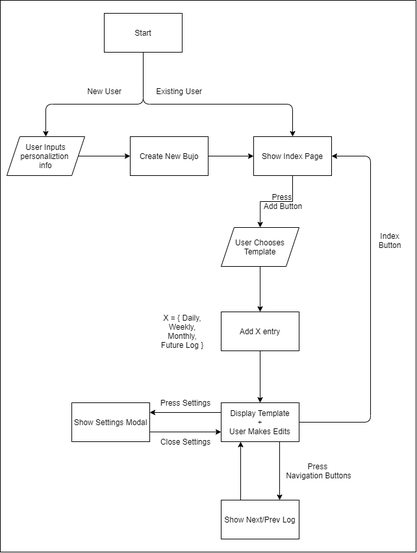
Above: specs/adrs/diagram.drawio.png in FlamingoJournal/cse110-sp21-group18 (draw.io), before the change. Source tidied: cells renumbered, new cells last; positions are measured from the earlier drawing's top-left corner, leaving out a move shared by most shapes.
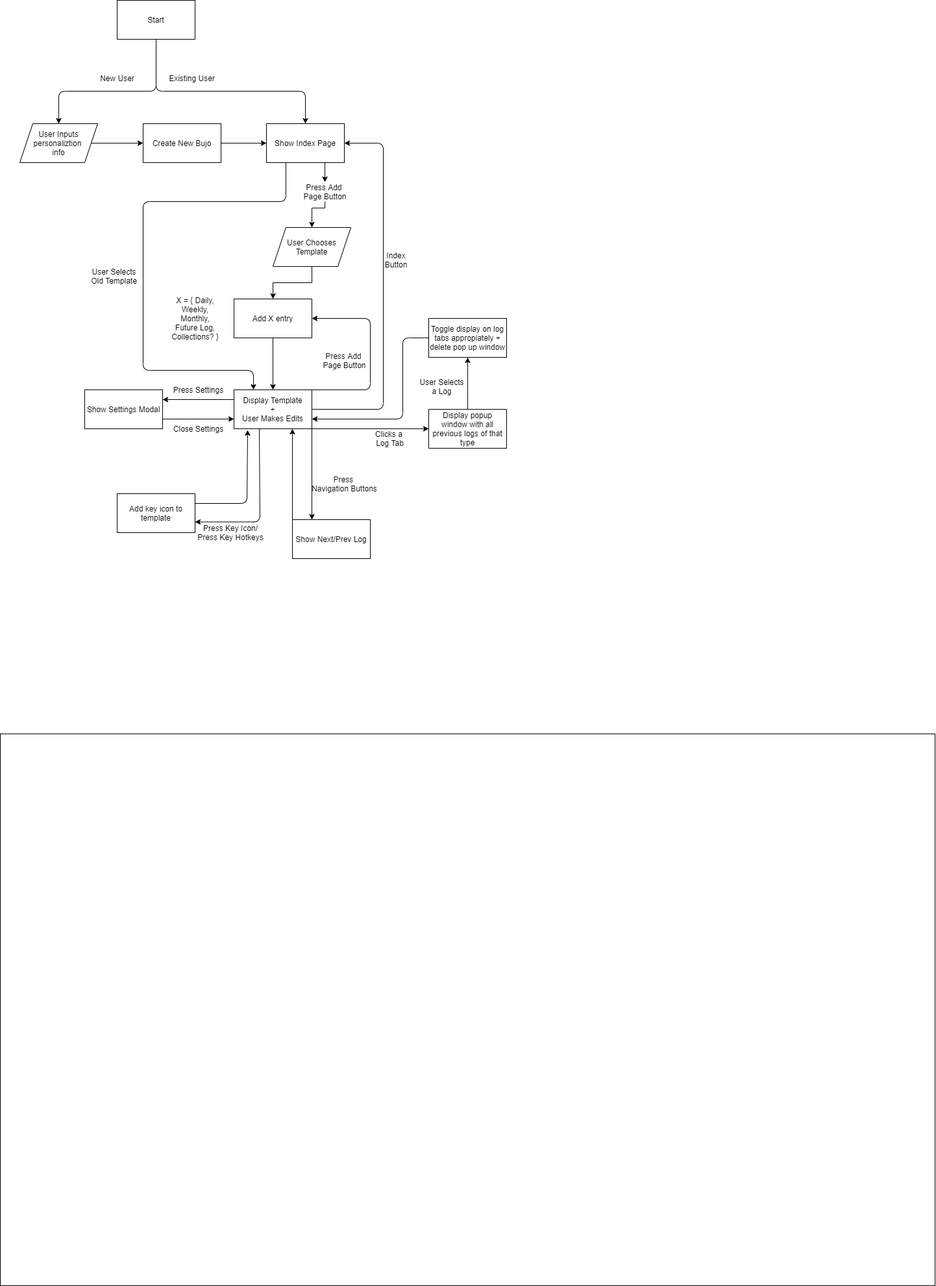
Later version of the same file.

Commit message:
Added more detail to 5/4 brainstorm + improved fidelity of event diagram

Change to the diagram source:
```diff
@@ -3,7 +3,7 @@
     <mxCell id="0" />
     <mxCell id="1" parent="0" />
     <mxCell id="2" style="rounded=0;whiteSpace=wrap;html=1;" parent="1" vertex="1">
-      <mxGeometry width="640" height="850" as="geometry" />
+      <mxGeometry x="-20" y="1150" width="1440" height="850" as="geometry" />
     </mxCell>
     <mxCell id="3" value="Start" style="rounded=0;whiteSpace=wrap;html=1;" parent="1" vertex="1">
       <mxGeometry x="160" y="20" width="120" height="60" as="geometry" />
@@ -17,9 +17,12 @@
     <mxCell id="6" value="New User" style="text;html=1;align=center;verticalAlign=middle;" parent="1" vertex="1">
       <mxGeometry x="125" y="130" width="70" height="20" as="geometry" />
     </mxCell>
-    <mxCell id="7" style="edgeStyle=orthogonalEdgeStyle;rounded=0;jettySize=auto;html=1;" parent="1" edge="1" source="8">
+    <mxCell id="7" style="edgeStyle=orthogonalEdgeStyle;rounded=0;jettySize=auto;html=1;entryX=0.5;entryY=0;entryDx=0;entryDy=0;" parent="1" edge="1" source="34" target="14">
       <mxGeometry relative="1" as="geometry">
-        <mxPoint x="400.1" y="350" as="targetPoint" />
+        <Array as="points">
+          <mxPoint x="480" y="340" />
+          <mxPoint x="460" y="340" />
+        </Array>
       </mxGeometry>
     </mxCell>
     <mxCell id="8" value="Show Index Page" style="whiteSpace=wrap;html=1;rounded=0;" parent="1" vertex="1">
@@ -31,27 +34,22 @@
     <mxCell id="10" value="Add X entry" style="whiteSpace=wrap;html=1;rounded=0;" parent="1" vertex="1">
       <mxGeometry x="340" y="480" width="120" height="60" as="geometry" />
     </mxCell>
-    <mxCell id="11" value="Press &lt;br&gt;Add Button" style="text;html=1;align=center;verticalAlign=middle;" parent="1" vertex="1">
-      <mxGeometry x="400" y="295" width="70" height="30" as="geometry" />
-    </mxCell>
-    <mxCell id="12" value="X = { Daily,&lt;br&gt;Weekly,&lt;br&gt;Monthly,&lt;br&gt;Future Log }" style="text;html=1;align=center;verticalAlign=middle;" parent="1" vertex="1">
-      <mxGeometry x="240" y="480" width="80" height="60" as="geometry" />
+    <mxCell id="12" value="X = { Daily,&lt;br&gt;Weekly,&lt;br&gt;Monthly,&lt;br&gt;Future Log,&lt;br&gt;Collections? }" style="text;html=1;align=center;verticalAlign=middle;" parent="1" vertex="1">
+      <mxGeometry x="235" y="470" width="90" height="80" as="geometry" />
     </mxCell>
-    <mxCell id="13" style="edgeStyle=orthogonalEdgeStyle;rounded=0;jettySize=auto;html=1;" parent="1" edge="1" target="10">
-      <mxGeometry relative="1" as="geometry">
-        <mxPoint x="400" y="410" as="sourcePoint" />
-      </mxGeometry>
+    <mxCell id="13" style="edgeStyle=orthogonalEdgeStyle;rounded=0;jettySize=auto;html=1;exitX=0.5;exitY=1;exitDx=0;exitDy=0;" parent="1" edge="1" source="14" target="10">
+      <mxGeometry relative="1" as="geometry" />
     </mxCell>
     <mxCell id="14" value="User Chooses Template" style="shape=parallelogram;perimeter=parallelogramPerimeter;whiteSpace=wrap;html=1;fixedSize=1;rounded=0;" parent="1" vertex="1">
-      <mxGeometry x="340" y="350" width="120" height="60" as="geometry" />
+      <mxGeometry x="400" y="370" width="120" height="60" as="geometry" />
     </mxCell>
     <mxCell id="15" value="Show Next/Prev Log" style="whiteSpace=wrap;html=1;rounded=0;" parent="1" vertex="1">
-      <mxGeometry x="340" y="770" width="120" height="60" as="geometry" />
+      <mxGeometry x="430" y="820" width="120" height="60" as="geometry" />
     </mxCell>
     <mxCell id="16" value="Press &lt;br&gt;Navigation Buttons" style="text;html=1;align=center;verticalAlign=middle;" parent="1" vertex="1">
-      <mxGeometry x="430" y="710" width="120" height="30" as="geometry" />
+      <mxGeometry x="450" y="750" width="120" height="30" as="geometry" />
     </mxCell>
-    <mxCell id="17" style="edgeStyle=orthogonalEdgeStyle;rounded=0;jettySize=auto;html=1;exitX=0.75;exitY=1;exitDx=0;exitDy=0;entryX=0.75;entryY=0;entryDx=0;entryDy=0;" parent="1" edge="1" source="19" target="15">
+    <mxCell id="17" style="edgeStyle=orthogonalEdgeStyle;rounded=0;jettySize=auto;html=1;exitX=1;exitY=1;exitDx=0;exitDy=0;entryX=0.25;entryY=0;entryDx=0;entryDy=0;" parent="1" edge="1" source="19" target="15">
       <mxGeometry relative="1" as="geometry" />
     </mxCell>
     <mxCell id="18" style="edgeStyle=orthogonalEdgeStyle;rounded=0;jettySize=auto;html=1;entryX=1;entryY=0.25;entryDx=0;entryDy=0;exitX=0;exitY=0.25;exitDx=0;exitDy=0;" parent="1" edge="1" source="19" target="24">
@@ -69,9 +67,9 @@
       </mxGeometry>
     </mxCell>
     <mxCell id="21" value="Index Button" style="text;html=1;strokeColor=none;fillColor=none;align=center;verticalAlign=middle;whiteSpace=wrap;rounded=0;" parent="1" vertex="1">
-      <mxGeometry x="580" y="360" width="40" height="20" as="geometry" />
+      <mxGeometry x="570" y="410" width="40" height="20" as="geometry" />
     </mxCell>
-    <mxCell id="22" style="endArrow=classic;html=1;exitX=0.25;exitY=0;exitDx=0;exitDy=0;entryX=0.25;entryY=1;entryDx=0;entryDy=0;" parent="1" edge="1" source="15" target="19">
+    <mxCell id="22" style="endArrow=classic;html=1;exitX=0;exitY=0;exitDx=0;exitDy=0;entryX=0.75;entryY=1;entryDx=0;entryDy=0;" parent="1" edge="1" source="15" target="19">
       <mxGeometry relative="1" as="geometry" />
     </mxCell>
     <mxCell id="23" style="edgeStyle=orthogonalEdgeStyle;rounded=0;jettySize=auto;html=1;entryX=0;entryY=0.75;entryDx=0;entryDy=0;" parent="1" edge="1" target="19">
@@ -115,5 +113,89 @@
     <mxCell id="31" value="Create New Bujo" style="rounded=0;whiteSpace=wrap;html=1;" parent="1" vertex="1">
       <mxGeometry x="200" y="210" width="120" height="60" as="geometry" />
     </mxCell>
+    <mxCell id="32" style="endArrow=classic;html=1;exitX=1;exitY=0;exitDx=0;exitDy=0;entryX=1;entryY=0.5;entryDx=0;entryDy=0;" parent="1" edge="1" source="19" target="10">
+      <mxGeometry relative="1" as="geometry">
+        <Array as="points">
+          <mxPoint x="550" y="620" />
+          <mxPoint x="550" y="510" />
+        </Array>
+      </mxGeometry>
+    </mxCell>
+    <mxCell id="33" value="Press Add &lt;br&gt;Page Button" style="text;html=1;align=center;verticalAlign=middle;" parent="1" vertex="1">
+      <mxGeometry x="470" y="560" width="80" height="30" as="geometry" />
+    </mxCell>
+    <mxCell id="34" value="Press Add &lt;br&gt;Page Button" style="text;html=1;align=center;verticalAlign=middle;points=[];" parent="1" vertex="1">
+      <mxGeometry x="440" y="300" width="80" height="30" as="geometry" />
+    </mxCell>
+    <mxCell id="35" style="edgeStyle=orthogonalEdgeStyle;rounded=0;jettySize=auto;html=1;" parent="1" edge="1" target="34">
+      <mxGeometry relative="1" as="geometry">
+        <mxPoint x="480" y="270" as="sourcePoint" />
+        <Array as="points">
+          <mxPoint x="480" y="270" />
+          <mxPoint x="480" y="290" />
+          <mxPoint x="390" y="290" />
+        </Array>
+      </mxGeometry>
+    </mxCell>
+    <mxCell id="36" style="endArrow=classic;html=1;exitX=1;exitY=1;exitDx=0;exitDy=0;entryX=0;entryY=0.5;entryDx=0;entryDy=0;" parent="1" edge="1" source="19" target="38">
+      <mxGeometry relative="1" as="geometry" />
+    </mxCell>
+    <mxCell id="37" style="edgeStyle=orthogonalEdgeStyle;rounded=0;jettySize=auto;html=1;" parent="1" edge="1" source="38" target="42">
+      <mxGeometry relative="1" as="geometry" />
+    </mxCell>
+    <mxCell id="38" value="Display popup window with all previous logs of that type" style="rounded=0;whiteSpace=wrap;html=1;" parent="1" vertex="1">
+      <mxGeometry x="640" y="650" width="120" height="60" as="geometry" />
+    </mxCell>
+    <mxCell id="39" value="Clicks a &lt;br&gt;Log Tab" style="text;html=1;align=center;verticalAlign=middle;" parent="1" vertex="1">
+      <mxGeometry x="550" y="680" width="60" height="30" as="geometry" />
+    </mxCell>
+    <mxCell id="40" value="User Selects&lt;br&gt;a Log" style="text;html=1;align=center;verticalAlign=middle;" parent="1" vertex="1">
+      <mxGeometry x="620" y="600" width="80" height="30" as="geometry" />
+    </mxCell>
+    <mxCell id="41" style="endArrow=classic;html=1;entryX=1;entryY=0.75;entryDx=0;entryDy=0;exitX=0;exitY=0.5;exitDx=0;exitDy=0;" parent="1" edge="1" source="42" target="19">
+      <mxGeometry relative="1" as="geometry">
+        <Array as="points">
+          <mxPoint x="600" y="540" />
+          <mxPoint x="600" y="665" />
+        </Array>
+      </mxGeometry>
+    </mxCell>
+    <mxCell id="42" value="Toggle display on log tabs appropiately + delete pop up window" style="rounded=0;whiteSpace=wrap;html=1;" parent="1" vertex="1">
+      <mxGeometry x="640" y="510" width="120" height="60" as="geometry" />
+    </mxCell>
+    <mxCell id="43" style="endArrow=classic;html=1;exitX=0.325;exitY=1;exitDx=0;exitDy=0;exitPerimeter=0;" parent="1" edge="1" source="19">
+      <mxGeometry relative="1" as="geometry">
+        <mxPoint x="280" y="823.5" as="targetPoint" />
+        <Array as="points">
+          <mxPoint x="380" y="823.5" />
+        </Array>
+      </mxGeometry>
+    </mxCell>
+    <mxCell id="44" value="Add key icon to template" style="rounded=0;whiteSpace=wrap;html=1;" parent="1" vertex="1">
+      <mxGeometry x="160" y="780" width="120" height="60" as="geometry" />
+    </mxCell>
+    <mxCell id="45" value="Press Key Icon/&lt;br&gt;Press Key Hotkeys" style="text;html=1;strokeColor=none;fillColor=none;align=center;verticalAlign=middle;whiteSpace=wrap;rounded=0;" parent="1" vertex="1">
+      <mxGeometry x="280" y="830" width="110" height="20" as="geometry" />
+    </mxCell>
+    <mxCell id="46" style="endArrow=classic;html=1;exitX=1;exitY=0.25;exitDx=0;exitDy=0;entryX=0.175;entryY=1.033;entryDx=0;entryDy=0;entryPerimeter=0;" parent="1" edge="1" source="44" target="19">
+      <mxGeometry relative="1" as="geometry">
+        <Array as="points">
+          <mxPoint x="360" y="795" />
+        </Array>
+      </mxGeometry>
+    </mxCell>
+    <mxCell id="47" style="endArrow=classic;html=1;exitX=0.25;exitY=1;exitDx=0;exitDy=0;entryX=0.25;entryY=0;entryDx=0;entryDy=0;" parent="1" edge="1" source="8" target="19">
+      <mxGeometry relative="1" as="geometry">
+        <Array as="points">
+          <mxPoint x="420" y="330" />
+          <mxPoint x="200" y="330" />
+          <mxPoint x="200" y="590" />
+          <mxPoint x="370" y="590" />
+        </Array>
+      </mxGeometry>
+    </mxCell>
+    <mxCell id="48" value="User Selects&lt;br&gt;Old Template" style="text;html=1;align=center;verticalAlign=middle;" parent="1" vertex="1">
+      <mxGeometry x="110" y="430" width="90" height="30" as="geometry" />
+    </mxCell>
   </root>
 </mxGraphModel>
```
